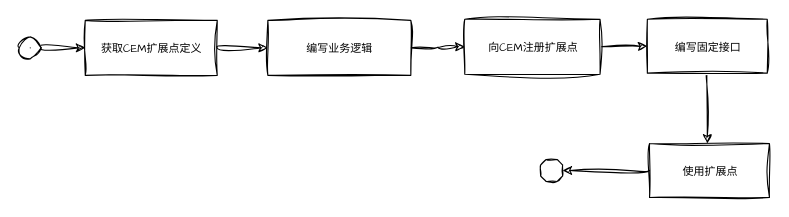
Earlier version of the draw.io diagram image/未命名绘图.drawio (xk11961677/other). Source tidied: cells renumbered, new cells numbered last; positions are measured from the earlier drawing's top-left corner, leaving out a move shared by most shapes. Both pictures are drawn from the tidied source at 110%, with x=0, y=0 at pixel (19, 19).
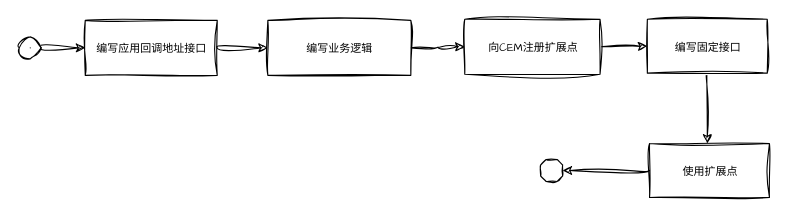
After the change.

Commit message:
更新未命名绘图.drawio

Diff of the diagram source:
```diff
@@
 <mxGraphModel>
   <root>
     <mxCell id="0" />
     <mxCell id="1" parent="0" />
     <mxCell id="2" style="edgeStyle=orthogonalEdgeStyle;rounded=0;sketch=1;hachureGap=4;jiggle=2;jettySize=auto;html=1;fontFamily=Architects Daughter;fontSize=10;curved=1;" parent="1" edge="1" source="3" target="5">
       <mxGeometry relative="1" as="geometry" />
     </mxCell>
     <mxCell id="3" style="verticalLabelPosition=bottom;verticalAlign=top;html=1;shape=mxgraph.basic.donut;dx=25;sketch=1;hachureGap=4;jiggle=2;fontFamily=Architects Daughter;fontSize=20;rounded=0;" parent="1" vertex="1">
       <mxGeometry y="16" width="20" height="20" as="geometry" />
     </mxCell>
     <mxCell id="4" style="edgeStyle=orthogonalEdgeStyle;rounded=0;sketch=1;hachureGap=4;jiggle=2;jettySize=auto;html=1;fontFamily=Architects Daughter;fontSize=10;curved=1;" parent="1" edge="1" source="5" target="7">
       <mxGeometry relative="1" as="geometry" />
     </mxCell>
-    <mxCell id="5" value="获取CEM扩展点定义" style="verticalLabelPosition=middle;verticalAlign=middle;html=1;shape=mxgraph.basic.rect;fillColor2=none;strokeWidth=1;size=20;indent=5;sketch=1;hachureGap=4;jiggle=2;fontFamily=Architects Daughter;fontSize=10;labelPosition=center;align=center;rounded=0;" parent="1" vertex="1">
+    <mxCell id="5" value="编写应用回调地址接口" style="verticalLabelPosition=middle;verticalAlign=middle;html=1;shape=mxgraph.basic.rect;fillColor2=none;strokeWidth=1;size=20;indent=5;sketch=1;hachureGap=4;jiggle=2;fontFamily=Architects Daughter;fontSize=10;labelPosition=center;align=center;rounded=0;" parent="1" vertex="1">
       <mxGeometry x="60" y="1" width="120" height="50" as="geometry" />
     </mxCell>
     <mxCell id="6" style="edgeStyle=orthogonalEdgeStyle;rounded=0;sketch=1;hachureGap=4;jiggle=2;jettySize=auto;html=1;fontFamily=Architects Daughter;fontSize=10;curved=1;" parent="1" edge="1" source="7" target="9">
       <mxGeometry relative="1" as="geometry" />
     </mxCell>
     <mxCell id="7" value="编写业务逻辑" style="verticalLabelPosition=middle;verticalAlign=middle;html=1;shape=mxgraph.basic.rect;fillColor2=none;strokeWidth=1;size=20;indent=5;sketch=1;hachureGap=4;jiggle=2;fontFamily=Architects Daughter;fontSize=10;labelPosition=center;align=center;rounded=0;" parent="1" vertex="1">
       <mxGeometry x="226" y="1" width="130" height="50" as="geometry" />
     </mxCell>
     <mxCell id="8" style="edgeStyle=orthogonalEdgeStyle;curved=1;sketch=1;hachureGap=4;jiggle=2;jettySize=auto;html=1;fontFamily=Architects Daughter;fontSize=10;" parent="1" edge="1" source="9" target="14">
       <mxGeometry relative="1" as="geometry" />
     </mxCell>
     <mxCell id="9" value="向CEM注册扩展点" style="verticalLabelPosition=middle;verticalAlign=middle;html=1;shape=mxgraph.basic.rect;fillColor2=none;strokeWidth=1;size=20;indent=5;sketch=1;hachureGap=4;jiggle=2;fontFamily=Architects Daughter;fontSize=10;labelPosition=center;align=center;rounded=0;" parent="1" vertex="1">
       <mxGeometry x="405" width="123" height="50" as="geometry" />
     </mxCell>
     <mxCell id="10" style="edgeStyle=orthogonalEdgeStyle;curved=1;sketch=1;hachureGap=4;jiggle=2;jettySize=auto;html=1;fontFamily=Architects Daughter;fontSize=10;" parent="1" edge="1" source="11" target="12">
       <mxGeometry relative="1" as="geometry" />
     </mxCell>
     <mxCell id="11" value="使用扩展点" style="verticalLabelPosition=middle;verticalAlign=middle;html=1;shape=mxgraph.basic.rect;fillColor2=none;strokeWidth=1;size=20;indent=5;sketch=1;hachureGap=4;jiggle=2;fontFamily=Architects Daughter;fontSize=10;labelPosition=center;align=center;rounded=0;" parent="1" vertex="1">
       <mxGeometry x="573" y="113" width="109" height="49" as="geometry" />
     </mxCell>
     <mxCell id="12" style="verticalLabelPosition=bottom;verticalAlign=top;html=1;shape=mxgraph.basic.polygon;polyCoords=[[0.25,0],[0.75,0],[1,0.25],[1,0.75],[0.75,1],[0.25,1],[0,0.75],[0,0.25]];polyline=0;sketch=1;hachureGap=4;jiggle=2;fontFamily=Architects Daughter;fontSize=10;rounded=0;" parent="1" vertex="1">
       <mxGeometry x="474" y="127.5" width="20" height="20" as="geometry" />
     </mxCell>
     <mxCell id="13" style="edgeStyle=orthogonalEdgeStyle;curved=1;sketch=1;hachureGap=4;jiggle=2;jettySize=auto;html=1;fontFamily=Architects Daughter;fontSize=10;" parent="1" edge="1" source="14" target="11">
       <mxGeometry relative="1" as="geometry">
         <Array as="points">
           <mxPoint x="633" y="142" />
         </Array>
       </mxGeometry>
     </mxCell>
     <mxCell id="14" value="编写固定接口" style="verticalLabelPosition=middle;verticalAlign=middle;html=1;shape=mxgraph.basic.rect;fillColor2=none;strokeWidth=1;size=20;indent=5;sketch=1;hachureGap=4;jiggle=2;fontFamily=Architects Daughter;fontSize=10;labelPosition=center;align=center;rounded=0;" parent="1" vertex="1">
       <mxGeometry x="571" width="109" height="49" as="geometry" />
     </mxCell>
   </root>
 </mxGraphModel>
```
